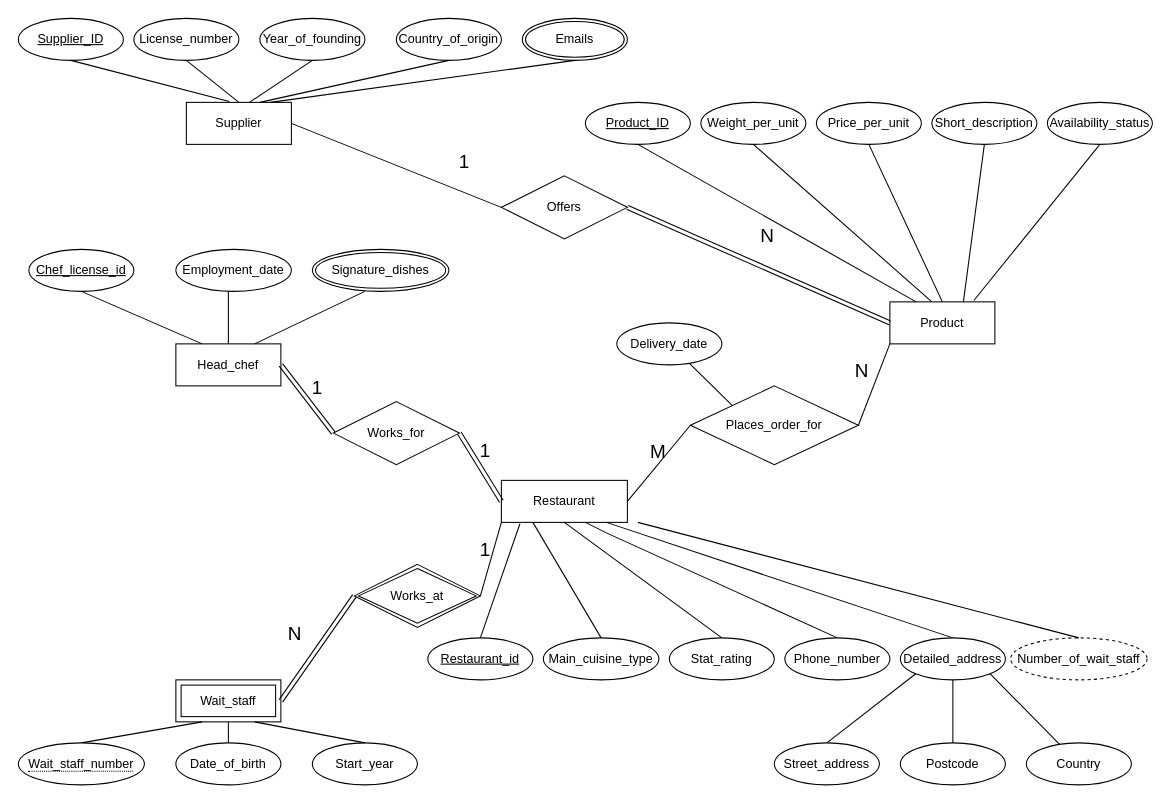
The draw.io diagram Untitled Diagram.drawio in Jack-UNSW/ohmyzsh, before the edit. Source tidied: cells renumbered, new cells numbered last; positions are measured from the earlier drawing's top-left corner, leaving out a move shared by most shapes. Both pictures are drawn from the tidied source at 105%, with x=0, y=0 at pixel (18, 18).
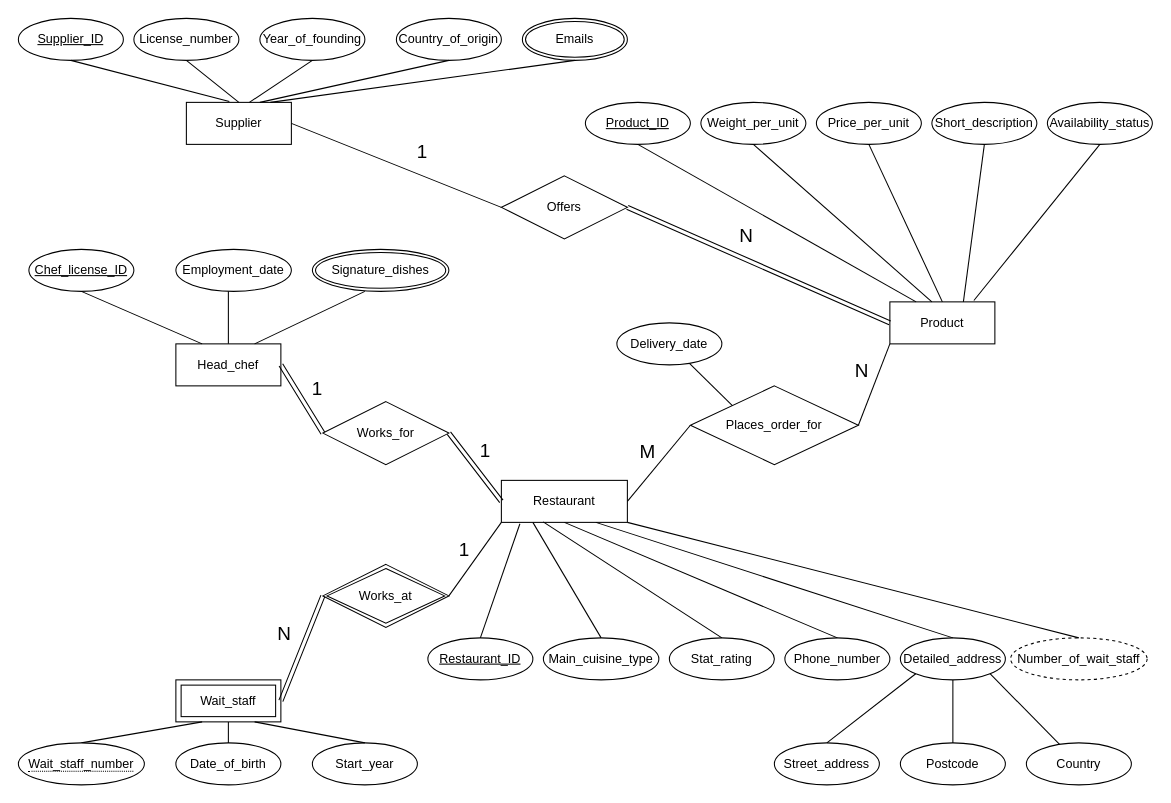
Above is the later version.

Unchanged cells that the change refers to:
```xml
<mxCell id="18" value="Restaurant" style="whiteSpace=wrap;html=1;align=center;" parent="1" vertex="1">
  <mxGeometry x="460" y="440" width="120" height="40" as="geometry" />
</mxCell>
<mxCell id="20" style="endArrow=none;html=1;rounded=0;entryX=0;entryY=0.5;entryDx=0;entryDy=0;" parent="1" edge="1" target="19">
  <mxGeometry relative="1" as="geometry">
    <mxPoint x="260" y="100" as="sourcePoint" />
  </mxGeometry>
</mxCell>
<mxCell id="22" style="shape=link;html=1;rounded=0;exitX=0;exitY=0.5;exitDx=0;exitDy=0;entryX=1;entryY=0.5;entryDx=0;entryDy=0;" parent="1" edge="1" source="17" target="19">
  <mxGeometry relative="1" as="geometry" />
</mxCell>
<mxCell id="25" style="shape=link;html=1;rounded=0;entryX=0;entryY=0.5;entryDx=0;entryDy=0;" parent="1" edge="1" target="24">
  <mxGeometry relative="1" as="geometry">
    <mxPoint x="250" y="330" as="sourcePoint" />
  </mxGeometry>
</mxCell>
<mxCell id="27" style="shape=link;html=1;rounded=0;entryX=1;entryY=0.5;entryDx=0;entryDy=0;exitX=0;exitY=0.5;exitDx=0;exitDy=0;entryPerimeter=0;" parent="1" edge="1" source="18" target="24">
  <mxGeometry relative="1" as="geometry" />
</mxCell>
<mxCell id="29" style="shape=link;html=1;rounded=0;entryX=0;entryY=0.5;entryDx=0;entryDy=0;" parent="1" edge="1" target="6">
  <mxGeometry relative="1" as="geometry">
    <mxPoint x="250" y="650" as="sourcePoint" />
  </mxGeometry>
</mxCell>
<mxCell id="31" style="endArrow=none;html=1;rounded=0;entryX=1;entryY=0.5;entryDx=0;entryDy=0;exitX=0;exitY=1;exitDx=0;exitDy=0;" parent="1" edge="1" source="18" target="6">
  <mxGeometry relative="1" as="geometry" />
</mxCell>
<mxCell id="38" value="Stat_rating" style="ellipse;whiteSpace=wrap;html=1;align=center;" parent="1" vertex="1">
  <mxGeometry x="620" y="590" width="100" height="40" as="geometry" />
</mxCell>
<mxCell id="39" value="Phone_number" style="ellipse;whiteSpace=wrap;html=1;align=center;" parent="1" vertex="1">
  <mxGeometry x="730" y="590" width="100" height="40" as="geometry" />
</mxCell>
<mxCell id="40" value="Detailed_address" style="ellipse;whiteSpace=wrap;html=1;align=center;" parent="1" vertex="1">
  <mxGeometry x="840" y="590" width="100" height="40" as="geometry" />
</mxCell>
<mxCell id="67" value="Number_of_wait_staff" style="ellipse;whiteSpace=wrap;html=1;align=center;dashed=1;" parent="1" vertex="1">
  <mxGeometry x="945" y="590" width="130" height="40" as="geometry" />
</mxCell>
<mxCell id="69" style="endArrow=none;html=1;rounded=0;exitX=0;exitY=0.5;exitDx=0;exitDy=0;entryX=1;entryY=0.5;entryDx=0;entryDy=0;" parent="1" edge="1" source="33" target="18">
  <mxGeometry relative="1" as="geometry" />
</mxCell>
```

The edit, as a diff of the source:
```diff
@@
     <mxCell id="6" value="Works_at" style="shape=rhombus;double=1;perimeter=rhombusPerimeter;whiteSpace=wrap;html=1;align=center;" parent="1" vertex="1">
-      <mxGeometry x="320" y="520" width="120" height="60" as="geometry" />
+      <mxGeometry x="290" y="520" width="120" height="60" as="geometry" />
     </mxCell>
@@
     <mxCell id="21" value="&lt;font style=&quot;font-size: 18px;&quot;&gt;1&lt;/font&gt;" style="html=1;align=right;verticalAlign=bottom;fontSize=18;" parent="20" vertex="1">
       <mxGeometry x="1" relative="1" as="geometry">
-        <mxPoint x="-30" y="-30" as="offset" />
+        <mxPoint x="-70" y="-40" as="offset" />
       </mxGeometry>
     </mxCell>
@@
     <mxCell id="23" value="N" style="html=1;align=right;verticalAlign=bottom;fontSize=18;" parent="22" vertex="1">
       <mxGeometry x="1" relative="1" as="geometry">
-        <mxPoint x="140" y="40" as="offset" />
+        <mxPoint x="120" y="40" as="offset" />
       </mxGeometry>
     </mxCell>
     <mxCell id="24" value="Works_for" style="shape=rhombus;perimeter=rhombusPerimeter;whiteSpace=wrap;html=1;align=center;" parent="1" vertex="1">
-      <mxGeometry x="300" y="365" width="120" height="60" as="geometry" />
+      <mxGeometry x="290" y="365" width="120" height="60" as="geometry" />
     </mxCell>
@@
     <mxCell id="26" value="1" style="html=1;align=right;verticalAlign=bottom;fontSize=18;" parent="25" vertex="1">
       <mxGeometry x="1" relative="1" as="geometry">
-        <mxPoint x="-10" y="-30" as="offset" />
+        <mxPoint y="-29" as="offset" />
       </mxGeometry>
     </mxCell>
@@
     <mxCell id="28" value="1" style="html=1;align=right;verticalAlign=bottom;fontSize=18;" parent="27" vertex="1">
       <mxGeometry x="1" relative="1" as="geometry">
-        <mxPoint x="30" y="30" as="offset" />
+        <mxPoint x="40" y="30" as="offset" />
       </mxGeometry>
     </mxCell>
@@
     <mxCell id="30" value="N" style="html=1;align=right;verticalAlign=bottom;fontSize=18;" parent="29" vertex="1">
       <mxGeometry x="1" relative="1" as="geometry">
-        <mxPoint x="-50" y="50" as="offset" />
+        <mxPoint x="-30" y="50" as="offset" />
       </mxGeometry>
     </mxCell>
@@
     <mxCell id="32" value="1" style="html=1;align=right;verticalAlign=bottom;fontSize=18;" parent="31" vertex="1">
       <mxGeometry x="1" relative="1" as="geometry">
-        <mxPoint x="10" y="-30" as="offset" />
+        <mxPoint x="20" y="-30" as="offset" />
       </mxGeometry>
     </mxCell>
@@
-    <mxCell id="36" value="Restaurant_id" style="ellipse;whiteSpace=wrap;html=1;align=center;fontStyle=4;" parent="1" vertex="1">
+    <mxCell id="36" value="Restaurant_ID" style="ellipse;whiteSpace=wrap;html=1;align=center;fontStyle=4;" parent="1" vertex="1">
       <mxGeometry x="390" y="590" width="100" height="40" as="geometry" />
     </mxCell>
@@
-    <mxCell id="53" style="endArrow=none;html=1;rounded=0;entryX=0.5;entryY=0;entryDx=0;entryDy=0;" parent="1" edge="1" target="38">
-      <mxGeometry relative="1" as="geometry">
-        <mxPoint x="520" y="480" as="sourcePoint" />
-      </mxGeometry>
+    <mxCell id="53" style="endArrow=none;html=1;rounded=0;entryX=0.5;entryY=0;entryDx=0;entryDy=0;exitX=0.332;exitY=0.989;exitDx=0;exitDy=0;exitPerimeter=0;" parent="1" edge="1" source="18" target="38">
+      <mxGeometry relative="1" as="geometry" />
     </mxCell>
-    <mxCell id="54" style="endArrow=none;html=1;rounded=0;entryX=0.5;entryY=0;entryDx=0;entryDy=0;" parent="1" edge="1" target="39">
-      <mxGeometry relative="1" as="geometry">
-        <mxPoint x="540" y="480" as="sourcePoint" />
-        <Array as="points">
-          <mxPoint x="560" y="490" />
-        </Array>
-      </mxGeometry>
-    </mxCell>
-    <mxCell id="55" style="endArrow=none;html=1;rounded=0;entryX=0.5;entryY=0;entryDx=0;entryDy=0;" parent="1" edge="1" target="40">
-      <mxGeometry relative="1" as="geometry">
-        <mxPoint x="560" y="480" as="sourcePoint" />
-      </mxGeometry>
+    <mxCell id="55" style="endArrow=none;html=1;rounded=0;entryX=0.5;entryY=0;entryDx=0;entryDy=0;exitX=0.75;exitY=1;exitDx=0;exitDy=0;" parent="1" edge="1" source="18" target="40">
+      <mxGeometry relative="1" as="geometry" />
     </mxCell>
@@
-    <mxCell id="61" value="Chef_license_id" style="ellipse;whiteSpace=wrap;html=1;align=center;fontStyle=4;" parent="1" vertex="1">
+    <mxCell id="61" value="Chef_license_ID" style="ellipse;whiteSpace=wrap;html=1;align=center;fontStyle=4;" parent="1" vertex="1">
       <mxGeometry x="10" y="220" width="100" height="40" as="geometry" />
     </mxCell>
@@
-    <mxCell id="68" style="endArrow=none;html=1;rounded=0;entryX=0.5;entryY=0;entryDx=0;entryDy=0;" parent="1" edge="1" target="67">
-      <mxGeometry relative="1" as="geometry">
-        <mxPoint x="590" y="480" as="sourcePoint" />
-      </mxGeometry>
+    <mxCell id="68" style="endArrow=none;html=1;rounded=0;entryX=0.5;entryY=0;entryDx=0;entryDy=0;exitX=1;exitY=1;exitDx=0;exitDy=0;" parent="1" edge="1" source="18" target="67">
+      <mxGeometry relative="1" as="geometry" />
     </mxCell>
@@
     <mxCell id="70" value="M" style="html=1;align=left;verticalAlign=bottom;fontSize=18;" parent="69" vertex="1">
       <mxGeometry x="-1" relative="1" as="geometry">
-        <mxPoint x="-40" y="38" as="offset" />
+        <mxPoint x="-50" y="38" as="offset" />
       </mxGeometry>
     </mxCell>
@@
+    <mxCell id="79" style="endArrow=none;html=1;rounded=0;fontSize=18;entryX=0.5;entryY=0;entryDx=0;entryDy=0;exitX=0.5;exitY=1;exitDx=0;exitDy=0;" parent="1" edge="1" source="18" target="39">
+      <mxGeometry relative="1" as="geometry" />
+    </mxCell>
```
